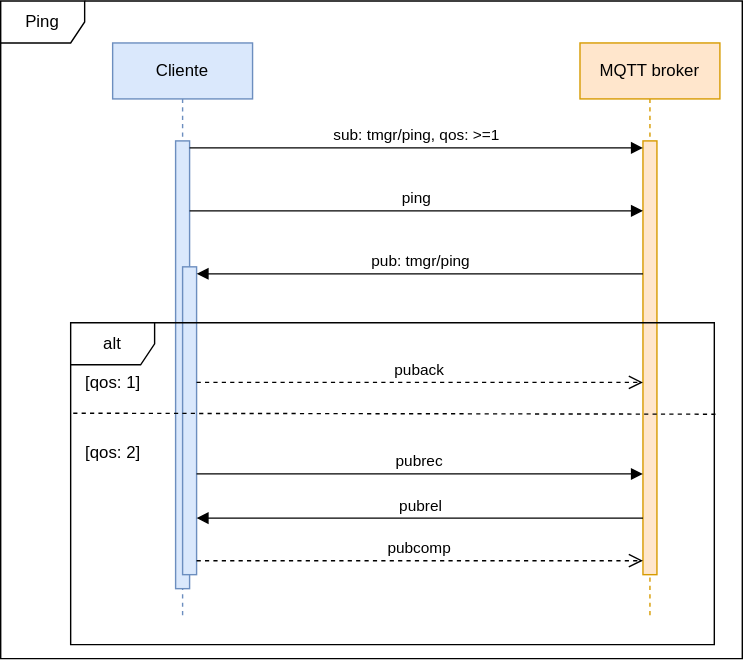
Earlier version of the draw.io export docs/diagramas/secuencia/secuencia-ping.drawio.svg (diegojrl/TFG). Source tidied: cells renumbered, new cells last; positions are measured from the earlier drawing's top-left corner, leaving out a move shared by most shapes.
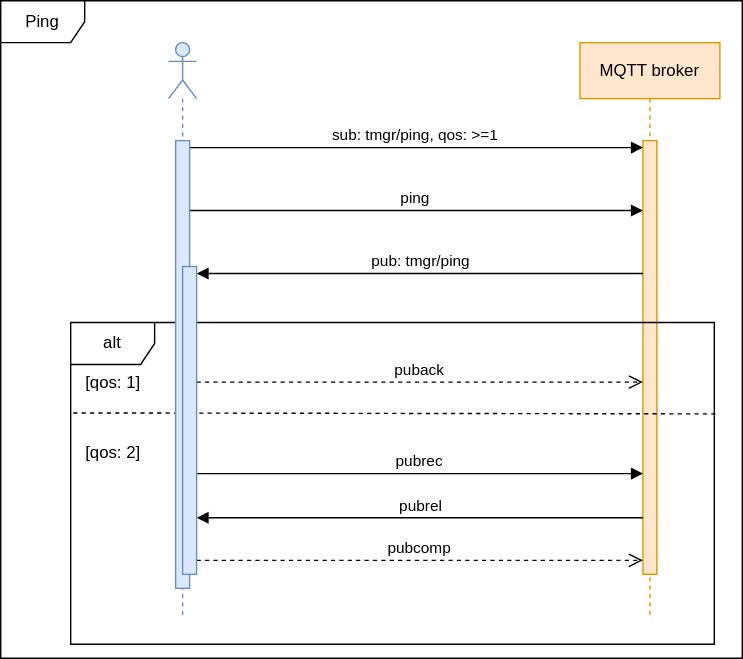
Later version of the same file.

What changed in the source:
```diff
@@ -2,15 +2,6 @@
   <root>
     <mxCell id="0" />
     <mxCell id="1" parent="0" />
-    <mxCell id="2" value="Cliente" style="shape=umlLifeline;perimeter=lifelinePerimeter;whiteSpace=wrap;html=1;newEdgeStyle={&quot;curved&quot;:0,&quot;rounded&quot;:0};fillColor=#dae8fc;strokeColor=#6c8ebf;" parent="1" vertex="1">
-      <mxGeometry x="80" y="30" width="100" height="410" as="geometry" />
-    </mxCell>
-    <mxCell id="3" style="html=1;points=[[0,0,0,0,5],[0,1,0,0,-5],[1,0,0,0,5],[1,1,0,0,-5]];perimeter=orthogonalPerimeter;outlineConnect=0;targetShapes=umlLifeline;portConstraint=eastwest;newEdgeStyle={&quot;curved&quot;:0,&quot;rounded&quot;:0};fillColor=#dae8fc;strokeColor=#6c8ebf;" parent="2" vertex="1">
-      <mxGeometry x="45" y="70" width="10" height="320" as="geometry" />
-    </mxCell>
-    <mxCell id="4" style="html=1;points=[[0,0,0,0,5],[0,1,0,0,-5],[1,0,0,0,5],[1,1,0,0,-5]];perimeter=orthogonalPerimeter;outlineConnect=0;targetShapes=umlLifeline;portConstraint=eastwest;newEdgeStyle={&quot;curved&quot;:0,&quot;rounded&quot;:0};fillColor=#dae8fc;strokeColor=#6c8ebf;" parent="2" vertex="1">
-      <mxGeometry x="50" y="160" width="10" height="220" as="geometry" />
-    </mxCell>
     <mxCell id="5" value="MQTT broker" style="shape=umlLifeline;perimeter=lifelinePerimeter;whiteSpace=wrap;html=1;newEdgeStyle={&quot;curved&quot;:0,&quot;rounded&quot;:0};fillColor=#ffe6cc;strokeColor=#d79b00;" parent="1" vertex="1">
       <mxGeometry x="414" y="30" width="100" height="410" as="geometry" />
     </mxCell>
@@ -20,19 +11,17 @@
     <mxCell id="7" value="sub: tmgr/ping, qos: &amp;gt;=1" style="html=1;verticalAlign=bottom;endArrow=block;curved=0;rounded=0;entryX=0;entryY=0;entryDx=0;entryDy=5;" parent="1" edge="1" source="3" target="6">
       <mxGeometry relative="1" as="geometry" />
     </mxCell>
-    <mxCell id="8" value="ping" style="html=1;verticalAlign=bottom;endArrow=block;curved=0;rounded=0;" parent="1" edge="1">
+    <mxCell id="8" value="ping" style="html=1;verticalAlign=bottom;endArrow=block;curved=0;rounded=0;" parent="1" edge="1" source="3">
       <mxGeometry relative="1" as="geometry">
-        <mxPoint x="135" y="150" as="sourcePoint" />
         <mxPoint x="459" y="150" as="targetPoint" />
       </mxGeometry>
     </mxCell>
     <mxCell id="9" value="pub: tmgr/ping" style="html=1;verticalAlign=bottom;endArrow=block;curved=0;rounded=0;entryX=1;entryY=0;entryDx=0;entryDy=5;" parent="1" edge="1" source="6" target="4">
       <mxGeometry relative="1" as="geometry" />
     </mxCell>
-    <mxCell id="10" value="puback" style="html=1;verticalAlign=bottom;endArrow=open;dashed=1;endSize=8;curved=0;rounded=0;exitX=1;exitY=1;exitDx=0;exitDy=-5;" parent="1" edge="1">
+    <mxCell id="10" value="puback" style="html=1;verticalAlign=bottom;endArrow=open;dashed=1;endSize=8;curved=0;rounded=0;exitX=1;exitY=1;exitDx=0;exitDy=-5;" parent="1" edge="1" target="6">
       <mxGeometry relative="1" as="geometry">
         <mxPoint x="140" y="272.6" as="sourcePoint" />
-        <mxPoint x="459" y="272.6" as="targetPoint" />
       </mxGeometry>
     </mxCell>
     <mxCell id="11" value="alt" style="shape=umlFrame;whiteSpace=wrap;html=1;" parent="1" vertex="1">
@@ -47,26 +36,32 @@
     <mxCell id="14" value="[qos: 2]" style="text;html=1;align=center;verticalAlign=middle;strokeColor=none;fillColor=none;" parent="1" vertex="1">
       <mxGeometry x="50" y="308" width="60" height="30" as="geometry" />
     </mxCell>
-    <mxCell id="15" value="pubrec" style="html=1;verticalAlign=bottom;endArrow=block;curved=0;rounded=0;exitX=1;exitY=0.727;exitDx=0;exitDy=0;exitPerimeter=0;" parent="1" edge="1">
+    <mxCell id="15" value="pubrec" style="html=1;verticalAlign=bottom;endArrow=block;curved=0;rounded=0;exitX=1;exitY=0.727;exitDx=0;exitDy=0;exitPerimeter=0;" parent="1" edge="1" target="6">
       <mxGeometry relative="1" as="geometry">
         <mxPoint x="140" y="338" as="sourcePoint" />
-        <mxPoint x="459" y="338" as="targetPoint" />
       </mxGeometry>
     </mxCell>
-    <mxCell id="16" value="pubrel" style="html=1;verticalAlign=bottom;endArrow=block;curved=0;rounded=0;" parent="1" edge="1">
+    <mxCell id="16" value="pubrel" style="html=1;verticalAlign=bottom;endArrow=block;curved=0;rounded=0;" parent="1" edge="1" target="4">
       <mxGeometry relative="1" as="geometry">
         <mxPoint x="459" y="369.6" as="sourcePoint" />
-        <mxPoint x="140" y="369.6" as="targetPoint" />
       </mxGeometry>
     </mxCell>
-    <mxCell id="17" value="pubcomp" style="html=1;verticalAlign=bottom;endArrow=open;dashed=1;endSize=8;curved=0;rounded=0;exitX=1;exitY=1;exitDx=0;exitDy=-5;" parent="1" edge="1">
+    <mxCell id="17" value="pubcomp" style="html=1;verticalAlign=bottom;endArrow=open;dashed=1;endSize=8;curved=0;rounded=0;" parent="1" edge="1" source="4">
       <mxGeometry relative="1" as="geometry">
-        <mxPoint x="140" y="400" as="sourcePoint" />
         <mxPoint x="459" y="400" as="targetPoint" />
       </mxGeometry>
     </mxCell>
     <mxCell id="18" value="Ping" style="shape=umlFrame;whiteSpace=wrap;html=1;" parent="1" vertex="1">
       <mxGeometry width="530" height="470" as="geometry" />
     </mxCell>
+    <mxCell id="19" style="shape=umlLifeline;perimeter=lifelinePerimeter;whiteSpace=wrap;html=1;newEdgeStyle={&quot;curved&quot;:0,&quot;rounded&quot;:0};participant=umlActor;fillColor=#dae8fc;strokeColor=#6c8ebf;" parent="1" vertex="1">
+      <mxGeometry x="120" y="30" width="20" height="410" as="geometry" />
+    </mxCell>
+    <mxCell id="3" style="html=1;points=[[0,0,0,0,5],[0,1,0,0,-5],[1,0,0,0,5],[1,1,0,0,-5]];perimeter=orthogonalPerimeter;outlineConnect=0;targetShapes=umlLifeline;portConstraint=eastwest;newEdgeStyle={&quot;curved&quot;:0,&quot;rounded&quot;:0};fillColor=#dae8fc;strokeColor=#6c8ebf;" parent="19" vertex="1">
+      <mxGeometry x="5" y="70" width="10" height="320" as="geometry" />
+    </mxCell>
+    <mxCell id="4" style="html=1;points=[[0,0,0,0,5],[0,1,0,0,-5],[1,0,0,0,5],[1,1,0,0,-5]];perimeter=orthogonalPerimeter;outlineConnect=0;targetShapes=umlLifeline;portConstraint=eastwest;newEdgeStyle={&quot;curved&quot;:0,&quot;rounded&quot;:0};fillColor=#dae8fc;strokeColor=#6c8ebf;" parent="19" vertex="1">
+      <mxGeometry x="10" y="160" width="10" height="220" as="geometry" />
+    </mxCell>
   </root>
 </mxGraphModel>
```
